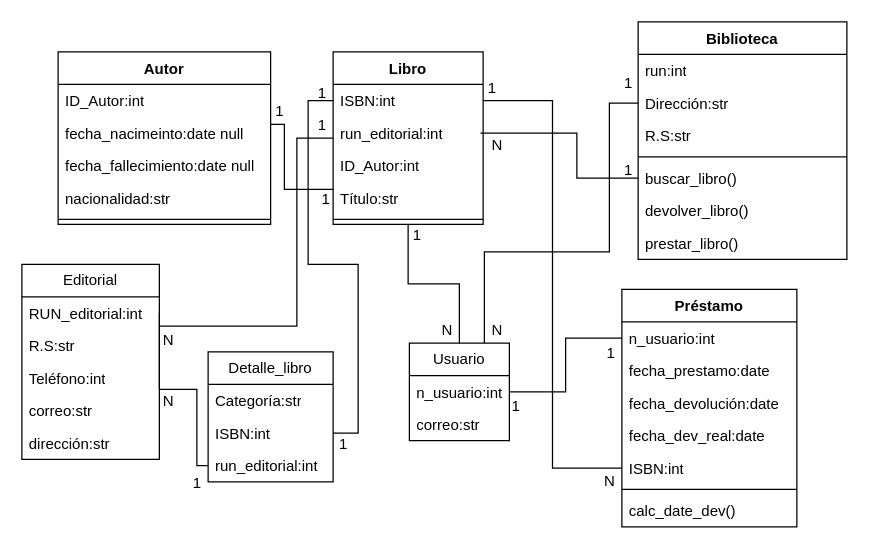
Earlier version of the draw.io diagram Diagrama sin título.drawio (Wiccaos/POO). Source tidied: cells renumbered, new cells numbered last; positions are measured from the earlier drawing's top-left corner, leaving out a move shared by most shapes. Both pictures are drawn from the tidied source at 125%, with x=0, y=0 at pixel (21, 21).
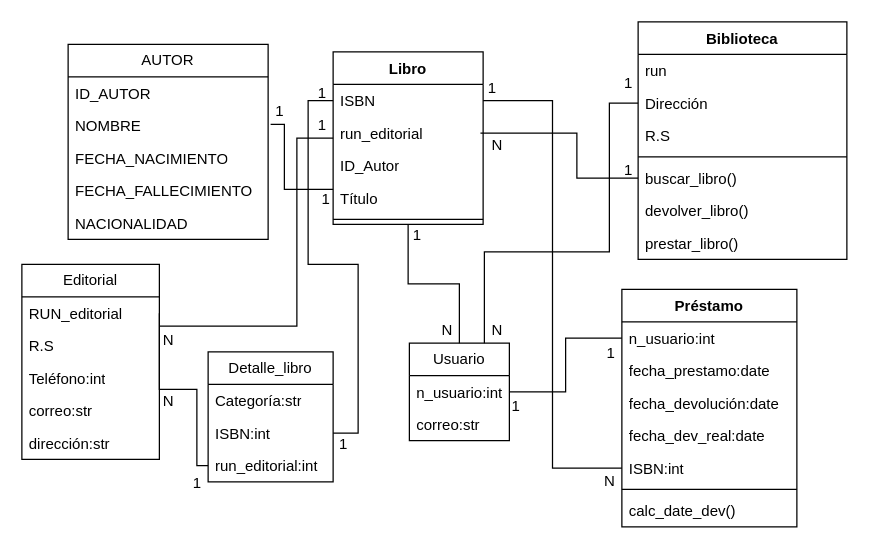
The same diagram, later.

Unchanged cells that the change refers to:
```xml
<mxCell id="3" value="Biblioteca" style="swimlane;fontStyle=1;align=center;verticalAlign=top;horizontal=1;startSize=26;whiteSpace=wrap;html=1;" parent="1" vertex="1">
  <mxGeometry x="493" width="167" height="190" as="geometry" />
</mxCell>
<mxCell id="11" value="Libro" style="swimlane;fontStyle=1;align=center;verticalAlign=top;horizontal=1;startSize=26;whiteSpace=wrap;html=1;" parent="1" vertex="1">
  <mxGeometry x="249" y="24" width="120" height="138" as="geometry" />
</mxCell>
<mxCell id="27" value="Editorial" style="swimlane;fontStyle=0;horizontal=1;startSize=26;fillColor=none;whiteSpace=wrap;html=1;" parent="1" vertex="1">
  <mxGeometry y="194" width="110" height="156" as="geometry" />
</mxCell>
```

What changed in the source:
```diff
@@
-    <mxCell id="4" value="run:int" style="text;strokeColor=none;fillColor=none;align=left;verticalAlign=top;spacingLeft=4;spacingRight=4;overflow=hidden;whiteSpace=wrap;html=1;" parent="3" vertex="1">
+    <mxCell id="4" value="run" style="text;strokeColor=none;fillColor=none;align=left;verticalAlign=top;spacingLeft=4;spacingRight=4;overflow=hidden;whiteSpace=wrap;html=1;" parent="3" vertex="1">
       <mxGeometry y="26" width="167" height="26" as="geometry" />
     </mxCell>
-    <mxCell id="5" value="Dirección:str" style="text;strokeColor=none;fillColor=none;align=left;verticalAlign=top;spacingLeft=4;spacingRight=4;overflow=hidden;points=[[0,0.5],[1,0.5]];portConstraint=eastwest;whiteSpace=wrap;html=1;" parent="3" vertex="1">
+    <mxCell id="5" value="Dirección" style="text;strokeColor=none;fillColor=none;align=left;verticalAlign=top;spacingLeft=4;spacingRight=4;overflow=hidden;points=[[0,0.5],[1,0.5]];portConstraint=eastwest;whiteSpace=wrap;html=1;" parent="3" vertex="1">
       <mxGeometry y="52" width="167" height="26" as="geometry" />
     </mxCell>
-    <mxCell id="6" value="R.S:str" style="text;strokeColor=none;fillColor=none;align=left;verticalAlign=top;spacingLeft=4;spacingRight=4;overflow=hidden;whiteSpace=wrap;html=1;" parent="3" vertex="1">
+    <mxCell id="6" value="R.S" style="text;strokeColor=none;fillColor=none;align=left;verticalAlign=top;spacingLeft=4;spacingRight=4;overflow=hidden;whiteSpace=wrap;html=1;" parent="3" vertex="1">
       <mxGeometry y="78" width="167" height="26" as="geometry" />
     </mxCell>
@@
-    <mxCell id="12" value="ISBN:int" style="text;strokeColor=none;fillColor=none;align=left;verticalAlign=top;spacingLeft=4;spacingRight=4;overflow=hidden;points=[[0,0.5],[1,0.5]];portConstraint=eastwest;whiteSpace=wrap;html=1;" parent="11" vertex="1">
+    <mxCell id="12" value="ISBN" style="text;strokeColor=none;fillColor=none;align=left;verticalAlign=top;spacingLeft=4;spacingRight=4;overflow=hidden;points=[[0,0.5],[1,0.5]];portConstraint=eastwest;whiteSpace=wrap;html=1;" parent="11" vertex="1">
       <mxGeometry y="26" width="120" height="26" as="geometry" />
     </mxCell>
-    <mxCell id="13" value="run_editorial:int" style="text;strokeColor=none;fillColor=none;align=left;verticalAlign=top;spacingLeft=4;spacingRight=4;overflow=hidden;whiteSpace=wrap;html=1;" parent="11" vertex="1">
+    <mxCell id="13" value="run_editorial" style="text;strokeColor=none;fillColor=none;align=left;verticalAlign=top;spacingLeft=4;spacingRight=4;overflow=hidden;whiteSpace=wrap;html=1;" parent="11" vertex="1">
       <mxGeometry y="52" width="120" height="26" as="geometry" />
     </mxCell>
-    <mxCell id="14" value="ID_Autor:int" style="text;strokeColor=none;fillColor=none;align=left;verticalAlign=top;spacingLeft=4;spacingRight=4;overflow=hidden;whiteSpace=wrap;html=1;" parent="11" vertex="1">
+    <mxCell id="14" value="ID_Autor" style="text;strokeColor=none;fillColor=none;align=left;verticalAlign=top;spacingLeft=4;spacingRight=4;overflow=hidden;whiteSpace=wrap;html=1;" parent="11" vertex="1">
       <mxGeometry y="78" width="120" height="26" as="geometry" />
     </mxCell>
-    <mxCell id="15" value="Título:str" style="text;strokeColor=none;fillColor=none;align=left;verticalAlign=top;spacingLeft=4;spacingRight=4;overflow=hidden;whiteSpace=wrap;html=1;" parent="11" vertex="1">
+    <mxCell id="15" value="Título" style="text;strokeColor=none;fillColor=none;align=left;verticalAlign=top;spacingLeft=4;spacingRight=4;overflow=hidden;whiteSpace=wrap;html=1;" parent="11" vertex="1">
       <mxGeometry y="104" width="120" height="26" as="geometry" />
     </mxCell>
@@
-    <mxCell id="17" value="Autor" style="swimlane;fontStyle=1;align=center;verticalAlign=top;horizontal=1;startSize=26;whiteSpace=wrap;html=1;" parent="1" vertex="1">
-      <mxGeometry x="29" y="24" width="170" height="138" as="geometry" />
-    </mxCell>
-    <mxCell id="18" value="ID_Autor:int" style="text;strokeColor=none;fillColor=none;align=left;verticalAlign=top;spacingLeft=4;spacingRight=4;overflow=hidden;whiteSpace=wrap;html=1;" parent="17" vertex="1">
-      <mxGeometry y="26" width="170" height="26" as="geometry" />
-    </mxCell>
-    <mxCell id="19" value="fecha_nacimeinto:date null" style="text;strokeColor=none;fillColor=none;align=left;verticalAlign=top;spacingLeft=4;spacingRight=4;overflow=hidden;whiteSpace=wrap;html=1;" parent="17" vertex="1">
-      <mxGeometry y="52" width="170" height="26" as="geometry" />
-    </mxCell>
-    <mxCell id="20" value="fecha_fallecimiento:date null" style="text;strokeColor=none;fillColor=none;align=left;verticalAlign=top;spacingLeft=4;spacingRight=4;overflow=hidden;whiteSpace=wrap;html=1;" parent="17" vertex="1">
-      <mxGeometry y="78" width="170" height="26" as="geometry" />
-    </mxCell>
-    <mxCell id="21" value="nacionalidad:str" style="text;strokeColor=none;fillColor=none;align=left;verticalAlign=top;spacingLeft=4;spacingRight=4;overflow=hidden;whiteSpace=wrap;html=1;" parent="17" vertex="1">
-      <mxGeometry y="104" width="170" height="26" as="geometry" />
-    </mxCell>
-    <mxCell id="22" style="line;strokeWidth=1;fillColor=none;align=left;verticalAlign=middle;spacingTop=-1;spacingLeft=3;spacingRight=3;labelPosition=right;strokeColor=inherit;" parent="17" vertex="1">
-      <mxGeometry y="130" width="170" height="8" as="geometry" />
-    </mxCell>
@@
-    <mxCell id="28" value="RUN_editorial:int" style="text;strokeColor=none;fillColor=none;align=left;verticalAlign=top;spacingLeft=4;spacingRight=4;overflow=hidden;points=[[0,0.5],[1,0.5]];portConstraint=eastwest;whiteSpace=wrap;html=1;" parent="27" vertex="1">
+    <mxCell id="28" value="RUN_editorial" style="text;strokeColor=none;fillColor=none;align=left;verticalAlign=top;spacingLeft=4;spacingRight=4;overflow=hidden;points=[[0,0.5],[1,0.5]];portConstraint=eastwest;whiteSpace=wrap;html=1;" parent="27" vertex="1">
       <mxGeometry y="26" width="110" height="26" as="geometry" />
     </mxCell>
-    <mxCell id="29" value="R.S:str" style="text;strokeColor=none;fillColor=none;align=left;verticalAlign=top;spacingLeft=4;spacingRight=4;overflow=hidden;whiteSpace=wrap;html=1;" parent="27" vertex="1">
+    <mxCell id="29" value="R.S" style="text;strokeColor=none;fillColor=none;align=left;verticalAlign=top;spacingLeft=4;spacingRight=4;overflow=hidden;whiteSpace=wrap;html=1;" parent="27" vertex="1">
       <mxGeometry y="52" width="110" height="26" as="geometry" />
     </mxCell>
@@
+    <mxCell id="70" value="AUTOR" style="swimlane;fontStyle=0;horizontal=1;startSize=26;fillColor=none;whiteSpace=wrap;html=1;" parent="1" vertex="1">
+      <mxGeometry x="37" y="18" width="160" height="156" as="geometry" />
+    </mxCell>
+    <mxCell id="71" value="ID_AUTOR" style="text;strokeColor=none;fillColor=none;align=left;verticalAlign=top;spacingLeft=4;spacingRight=4;overflow=hidden;whiteSpace=wrap;html=1;" parent="70" vertex="1">
+      <mxGeometry y="26" width="160" height="26" as="geometry" />
+    </mxCell>
+    <mxCell id="72" value="NOMBRE" style="text;strokeColor=none;fillColor=none;align=left;verticalAlign=top;spacingLeft=4;spacingRight=4;overflow=hidden;whiteSpace=wrap;html=1;" parent="70" vertex="1">
+      <mxGeometry y="52" width="160" height="26" as="geometry" />
+    </mxCell>
+    <mxCell id="73" value="FECHA_NACIMIENTO" style="text;strokeColor=none;fillColor=none;align=left;verticalAlign=top;spacingLeft=4;spacingRight=4;overflow=hidden;whiteSpace=wrap;html=1;" parent="70" vertex="1">
+      <mxGeometry y="78" width="160" height="26" as="geometry" />
+    </mxCell>
+    <mxCell id="74" value="FECHA_FALLECIMIENTO" style="text;strokeColor=none;fillColor=none;align=left;verticalAlign=top;spacingLeft=4;spacingRight=4;overflow=hidden;whiteSpace=wrap;html=1;" parent="70" vertex="1">
+      <mxGeometry y="104" width="160" height="26" as="geometry" />
+    </mxCell>
+    <mxCell id="75" value="NACIONALIDAD" style="text;strokeColor=none;fillColor=none;align=left;verticalAlign=top;spacingLeft=4;spacingRight=4;overflow=hidden;whiteSpace=wrap;html=1;" parent="70" vertex="1">
+      <mxGeometry y="130" width="160" height="26" as="geometry" />
+    </mxCell>
```
